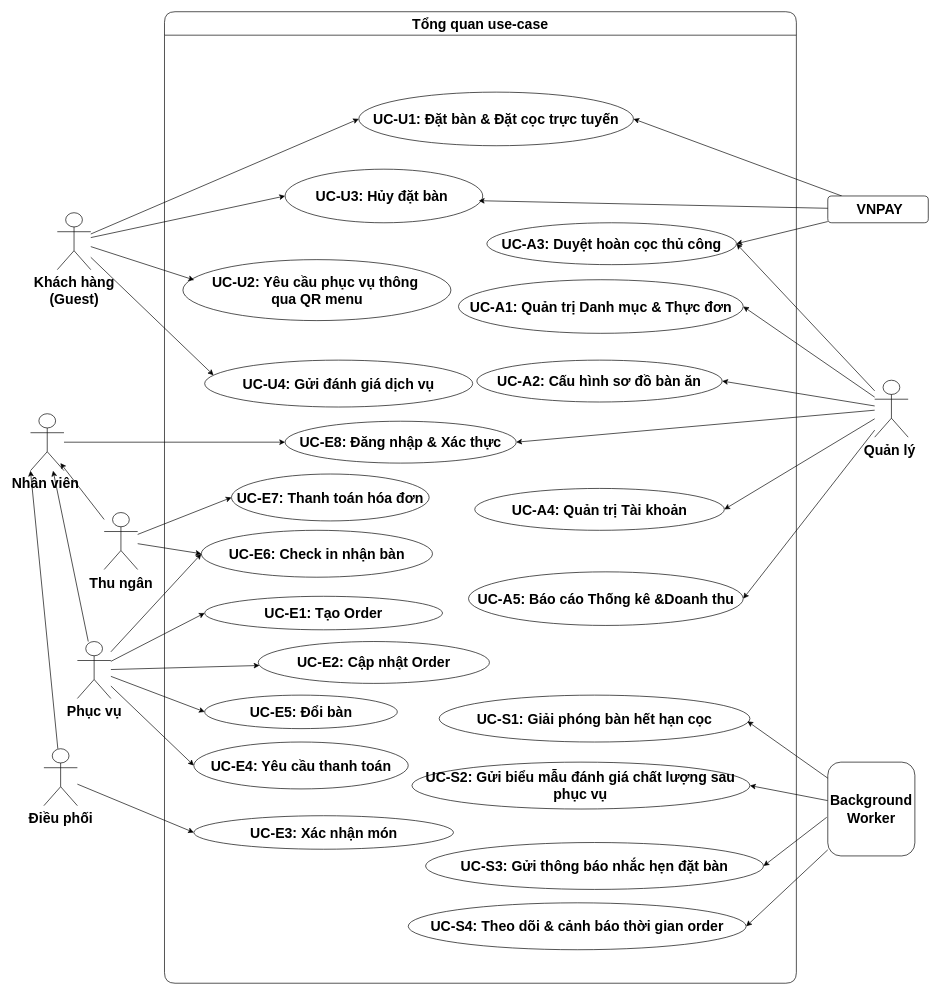
This is docs/phase1/drawio/use_case_overall.drawio from AndrewQng/VinDining, a draw.io file, before an edit. Source tidied: cells renumbered, new cells numbered last; positions are measured from the earlier drawing's top-left corner, leaving out a move shared by most shapes. Both pictures are drawn from the tidied source at 67%, with x=0, y=0 at pixel (30, 11).
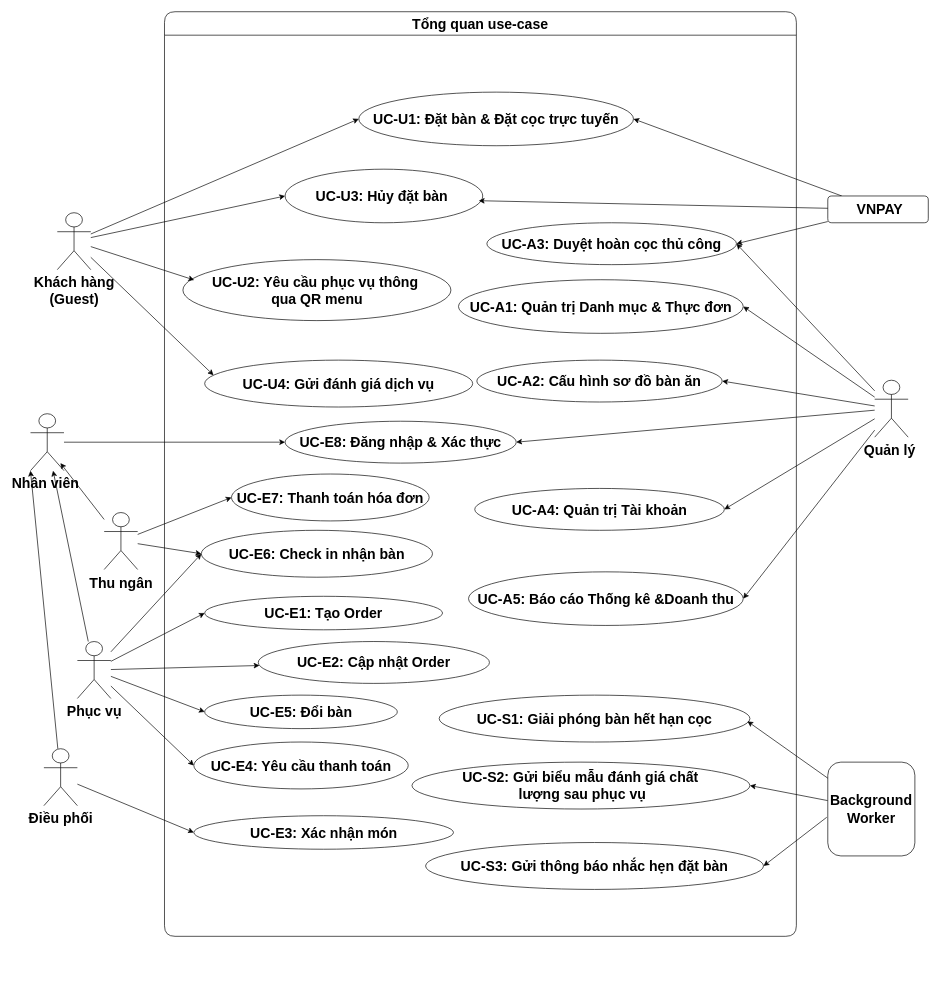
Above is the later version.

The change refers to these unchanged cells:
```xml
<mxCell id="10" value="&lt;div&gt;Background&lt;/div&gt;Worker" style="rounded=1;whiteSpace=wrap;html=1;fontStyle=1;fontSize=21;" parent="1" vertex="1">
  <mxGeometry x="1190" y="1120" width="130" height="140" as="geometry" />
</mxCell>
```

The edit, as a diff of the source:
```diff
@@
-    <mxCell id="9" style="rounded=0;jettySize=auto;html=1;entryX=1;entryY=0.5;entryDx=0;entryDy=0;defaultLabelBackgroundColor=page;" parent="1" edge="1" source="10" target="33">
-      <mxGeometry relative="1" as="geometry" />
-    </mxCell>
@@
     <mxCell id="11" value="Tổng quan use-case" style="swimlane;startSize=35;fontStyle=1;rounded=1;fontSize=21;swimlaneLine=1;" parent="1" vertex="1">
-      <mxGeometry x="200" width="943.1" height="1450" as="geometry" />
+      <mxGeometry x="200" width="943.1" height="1380" as="geometry" />
     </mxCell>
@@
-    <mxCell id="31" value="UC-S2: Gửi biểu mẫu đánh giá chất lượng sau phục vụ" style="ellipse;whiteSpace=wrap;html=1;fontSize=21;fontStyle=1;" parent="11" vertex="1">
+    <mxCell id="31" value="UC-S2: Gửi biểu mẫu đánh giá chất&lt;div&gt;&amp;nbsp;lượng sau phục vụ&lt;/div&gt;" style="ellipse;whiteSpace=wrap;html=1;fontSize=21;fontStyle=1;" parent="11" vertex="1">
       <mxGeometry x="369.4" y="1120" width="504.4" height="70" as="geometry" />
     </mxCell>
@@
-    <mxCell id="33" value="UC-S4: Theo dõi &amp;amp; cảnh báo thời gian order" style="ellipse;whiteSpace=wrap;html=1;fontSize=21;fontStyle=1;" parent="11" vertex="1">
-      <mxGeometry x="363.8" y="1330" width="504.4" height="70" as="geometry" />
-    </mxCell>
```
